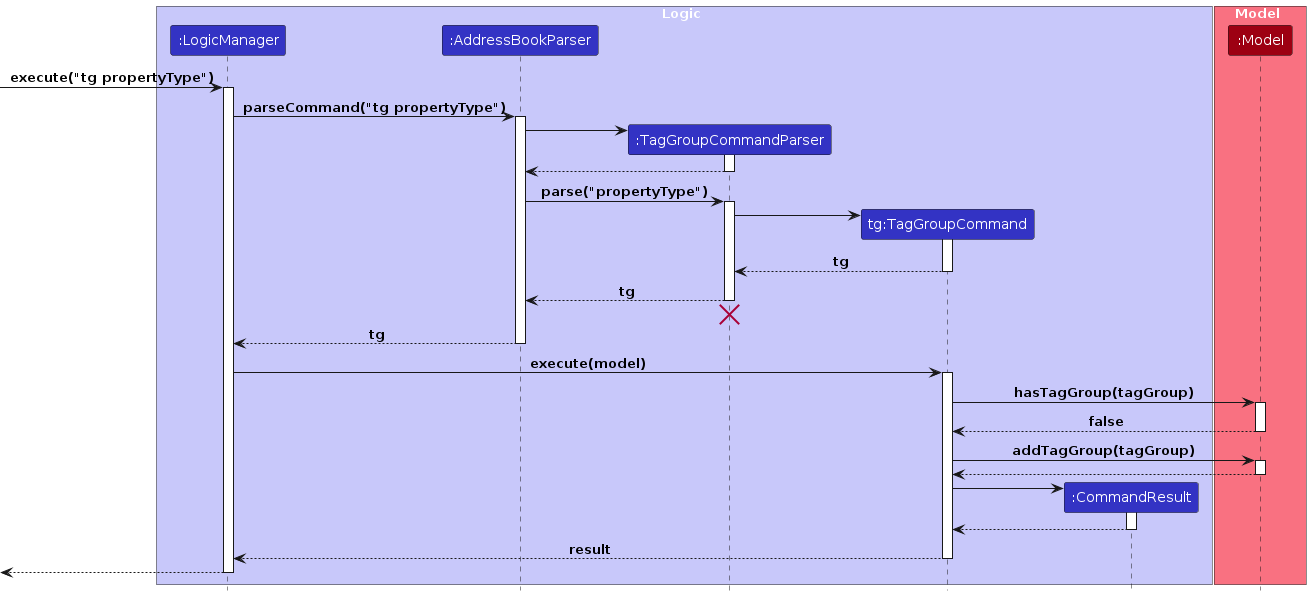
Earlier version of the PlantUML export diagrams/TagGroupCommandSequenceDiagram.png (AY2526S1-CS2103T-F15b-3/tp). Its source is kept beside it as diagrams/TagGroupCommandSequenceDiagram.puml. The source it was exported from:
```plantuml
@startuml
!include style.puml

box Logic LOGIC_COLOR_T1
participant ":LogicManager" as LogicManager LOGIC_COLOR
participant ":AddressBookParser" as AddressBookParser LOGIC_COLOR
participant ":TagGroupCommandParser" as TagGroupCommandParser LOGIC_COLOR
participant "tg:TagGroupCommand" as TagGroupCommand LOGIC_COLOR
participant ":CommandResult" as CommandResult LOGIC_COLOR
end box

box Model MODEL_COLOR_T1
participant ":Model" as Model MODEL_COLOR
end box

[-> LogicManager : execute("tg propertyType")
activate LogicManager

LogicManager -> AddressBookParser : parseCommand("tg propertyType")
activate AddressBookParser

create TagGroupCommandParser
AddressBookParser -> TagGroupCommandParser
activate TagGroupCommandParser

TagGroupCommandParser --> AddressBookParser
deactivate TagGroupCommandParser

AddressBookParser -> TagGroupCommandParser : parse("propertyType")
activate TagGroupCommandParser

create TagGroupCommand
TagGroupCommandParser -> TagGroupCommand
activate TagGroupCommand

TagGroupCommand --> TagGroupCommandParser : tg
deactivate TagGroupCommand

TagGroupCommandParser --> AddressBookParser : tg
deactivate TagGroupCommandParser

AddressBookParser -[hidden]-> TagGroupCommandParser
destroy TagGroupCommandParser

AddressBookParser --> LogicManager : tg
deactivate AddressBookParser

LogicManager -> TagGroupCommand : execute(model)
activate TagGroupCommand

TagGroupCommand -> Model : hasTagGroup(tagGroup)
activate Model

Model --> TagGroupCommand : false
deactivate Model

TagGroupCommand -> Model : addTagGroup(tagGroup)
activate Model

Model --> TagGroupCommand
deactivate Model

create CommandResult
TagGroupCommand -> CommandResult
activate CommandResult

CommandResult --> TagGroupCommand
deactivate CommandResult

TagGroupCommand --> LogicManager : result
deactivate TagGroupCommand

[<-- LogicManager
deactivate LogicManager

@enduml
```
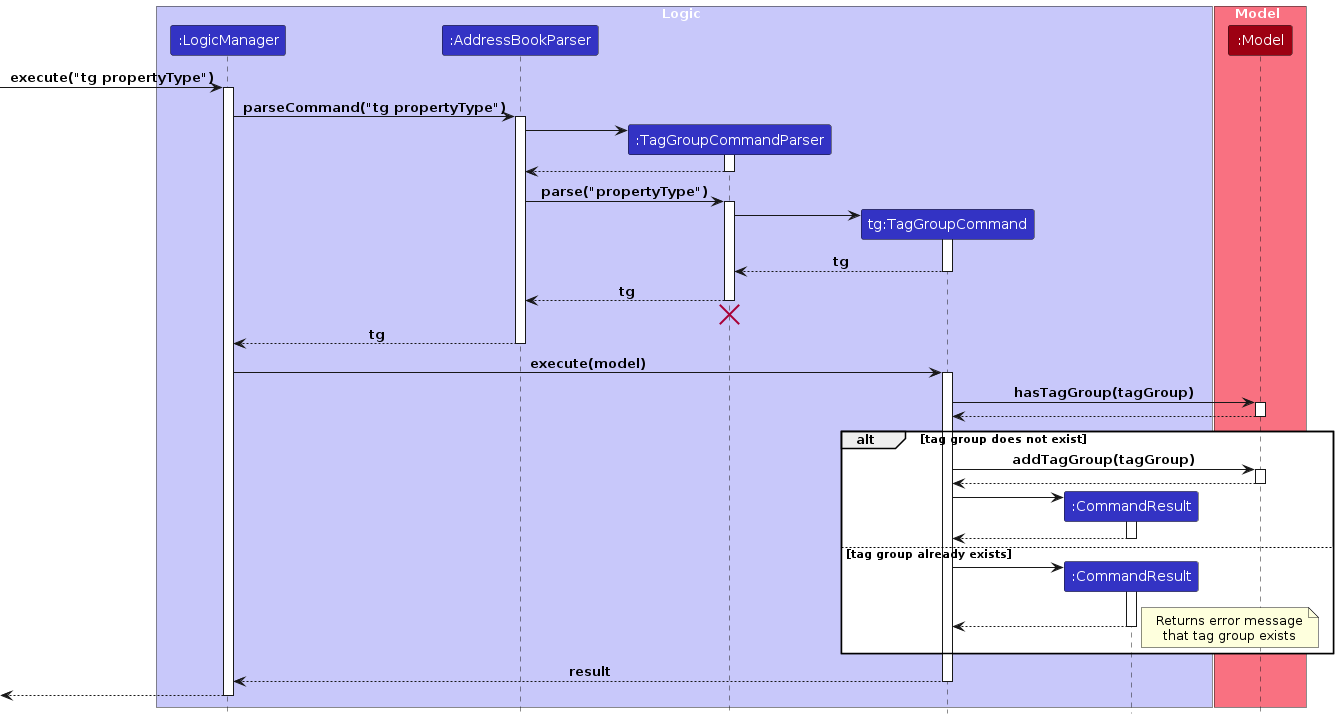
After the commit.

Diff of the diagram source:
```diff
@@ -51,21 +51,33 @@
 TagGroupCommand -> Model : hasTagGroup(tagGroup)
 activate Model
 
-Model --> TagGroupCommand : false
-deactivate Model
-
-TagGroupCommand -> Model : addTagGroup(tagGroup)
-activate Model
-
 Model --> TagGroupCommand
 deactivate Model
 
-create CommandResult
-TagGroupCommand -> CommandResult
-activate CommandResult
+alt tag group does not exist
+    TagGroupCommand -> Model : addTagGroup(tagGroup)
+    activate Model
 
-CommandResult --> TagGroupCommand
-deactivate CommandResult
+    Model --> TagGroupCommand
+    deactivate Model
+
+    create CommandResult
+    TagGroupCommand -> CommandResult
+    activate CommandResult
+
+    CommandResult --> TagGroupCommand
+    deactivate CommandResult
+
+else tag group already exists
+    create CommandResult
+    TagGroupCommand -> CommandResult
+    activate CommandResult
+
+    CommandResult --> TagGroupCommand
+    deactivate CommandResult
+
+    note right: Returns error message\nthat tag group exists
+end
 
 TagGroupCommand --> LogicManager : result
 deactivate TagGroupCommand
```
